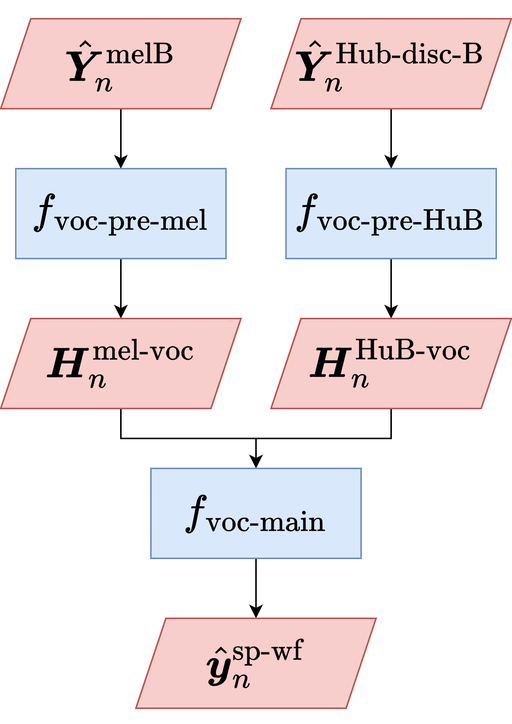
Earlier version of the draw.io export figure/sec4/model_2/vocoder.drawio.png (kyushusouth/master_thesis). Source tidied: cells renumbered, new cells last; positions are measured from the earlier drawing's top-left corner, leaving out a move shared by most shapes. Source of this version:
```xml
<mxGraphModel math="1">
  <root>
    <mxCell id="0" />
    <mxCell id="1" parent="0" />
    <mxCell id="2" style="edgeStyle=orthogonalEdgeStyle;rounded=0;jettySize=auto;html=1;exitX=0.5;exitY=1;exitDx=0;exitDy=0;entryX=0.5;entryY=0;entryDx=0;entryDy=0;" parent="1" edge="1" source="3" target="7">
      <mxGeometry relative="1" as="geometry" />
    </mxCell>
    <mxCell id="3" value="$$\hat{\boldsymbol{Y}}_{n}^{\text{melB}}$$" style="shape=parallelogram;perimeter=parallelogramPerimeter;whiteSpace=wrap;html=1;fixedSize=1;fontSize=24;fillColor=#f8cecc;strokeColor=#b85450;" parent="1" vertex="1">
      <mxGeometry width="160" height="60" as="geometry" />
    </mxCell>
    <mxCell id="4" style="edgeStyle=orthogonalEdgeStyle;rounded=0;jettySize=auto;html=1;" parent="1" edge="1" source="5" target="9">
      <mxGeometry relative="1" as="geometry" />
    </mxCell>
    <mxCell id="5" value="$$\hat{\boldsymbol{Y}}_{n}^{\text{Hub-disc-B}}$$" style="shape=parallelogram;perimeter=parallelogramPerimeter;whiteSpace=wrap;html=1;fixedSize=1;fontSize=24;fillColor=#f8cecc;strokeColor=#b85450;" parent="1" vertex="1">
      <mxGeometry x="180" width="160" height="60" as="geometry" />
    </mxCell>
    <mxCell id="6" style="edgeStyle=orthogonalEdgeStyle;rounded=0;jettySize=auto;html=1;" parent="1" edge="1" source="7" target="11">
      <mxGeometry relative="1" as="geometry" />
    </mxCell>
    <mxCell id="7" value="$$f_{\text{voc-pre-mel}}$$" style="rounded=0;whiteSpace=wrap;html=1;fontSize=24;fillColor=#dae8fc;strokeColor=#6c8ebf;" parent="1" vertex="1">
      <mxGeometry x="10" y="100" width="140" height="60" as="geometry" />
    </mxCell>
    <mxCell id="8" style="edgeStyle=orthogonalEdgeStyle;rounded=0;jettySize=auto;html=1;" parent="1" edge="1" source="9" target="13">
      <mxGeometry relative="1" as="geometry" />
    </mxCell>
    <mxCell id="9" value="$$f_{\text{voc-pre-HuB}}$$" style="rounded=0;whiteSpace=wrap;html=1;fontSize=24;fillColor=#dae8fc;strokeColor=#6c8ebf;" parent="1" vertex="1">
      <mxGeometry x="190" y="100" width="140" height="60" as="geometry" />
    </mxCell>
    <mxCell id="10" style="edgeStyle=orthogonalEdgeStyle;rounded=0;jettySize=auto;html=1;exitX=0.5;exitY=1;exitDx=0;exitDy=0;entryX=0.5;entryY=0;entryDx=0;entryDy=0;" parent="1" edge="1" source="11" target="15">
      <mxGeometry relative="1" as="geometry" />
    </mxCell>
    <mxCell id="11" value="$$\boldsymbol{H}_{n}^{\text{mel-voc}}$$" style="shape=parallelogram;perimeter=parallelogramPerimeter;whiteSpace=wrap;html=1;fixedSize=1;fontSize=24;fillColor=#f8cecc;strokeColor=#b85450;" parent="1" vertex="1">
      <mxGeometry y="200" width="160" height="60" as="geometry" />
    </mxCell>
    <mxCell id="12" style="edgeStyle=orthogonalEdgeStyle;rounded=0;jettySize=auto;html=1;exitX=0.5;exitY=1;exitDx=0;exitDy=0;entryX=0.5;entryY=0;entryDx=0;entryDy=0;" parent="1" edge="1" source="13" target="15">
      <mxGeometry relative="1" as="geometry" />
    </mxCell>
    <mxCell id="13" value="$$\boldsymbol{H}_{n}^{\text{HuB-voc}}$$" style="shape=parallelogram;perimeter=parallelogramPerimeter;whiteSpace=wrap;html=1;fixedSize=1;fontSize=24;fillColor=#f8cecc;strokeColor=#b85450;" parent="1" vertex="1">
      <mxGeometry x="180" y="200" width="160" height="60" as="geometry" />
    </mxCell>
    <mxCell id="14" style="edgeStyle=orthogonalEdgeStyle;rounded=0;jettySize=auto;html=1;" parent="1" edge="1" source="15" target="16">
      <mxGeometry relative="1" as="geometry" />
    </mxCell>
    <mxCell id="15" value="$$f_{\text{voc-main}}$$" style="rounded=0;whiteSpace=wrap;html=1;fontSize=24;fillColor=#dae8fc;strokeColor=#6c8ebf;" parent="1" vertex="1">
      <mxGeometry x="100" y="300" width="140" height="60" as="geometry" />
    </mxCell>
    <mxCell id="16" value="$$\hat{\boldsymbol{y}}_{n}^{\text{sp-wf}}$$" style="shape=parallelogram;perimeter=parallelogramPerimeter;whiteSpace=wrap;html=1;fixedSize=1;fontSize=24;fillColor=#f8cecc;strokeColor=#b85450;" parent="1" vertex="1">
      <mxGeometry x="90" y="400" width="160" height="60" as="geometry" />
    </mxCell>
  </root>
</mxGraphModel>
```
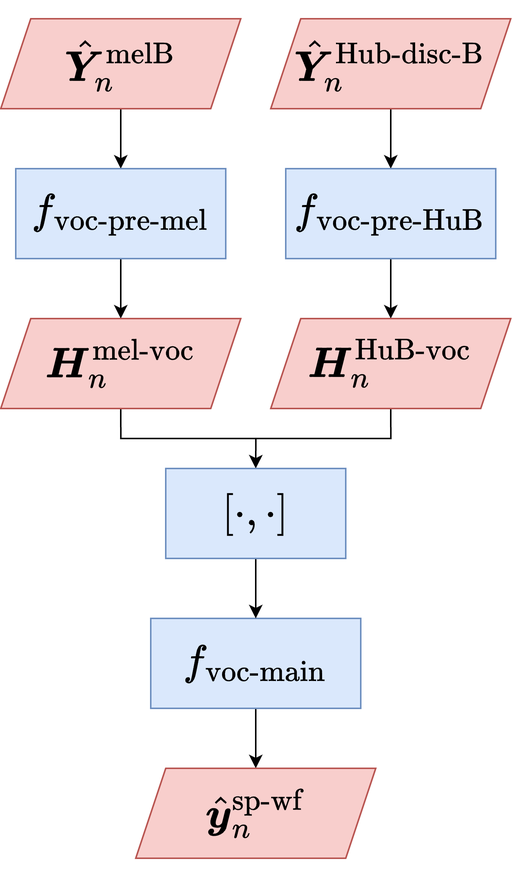
The same diagram one commit later.

What changed in the source:
```diff
@@ -26,13 +26,13 @@
     <mxCell id="9" value="$$f_{\text{voc-pre-HuB}}$$" style="rounded=0;whiteSpace=wrap;html=1;fontSize=24;fillColor=#dae8fc;strokeColor=#6c8ebf;" parent="1" vertex="1">
       <mxGeometry x="190" y="100" width="140" height="60" as="geometry" />
     </mxCell>
-    <mxCell id="10" style="edgeStyle=orthogonalEdgeStyle;rounded=0;jettySize=auto;html=1;exitX=0.5;exitY=1;exitDx=0;exitDy=0;entryX=0.5;entryY=0;entryDx=0;entryDy=0;" parent="1" edge="1" source="11" target="15">
+    <mxCell id="10" style="edgeStyle=orthogonalEdgeStyle;rounded=0;jettySize=auto;html=1;exitX=0.5;exitY=1;exitDx=0;exitDy=0;entryX=0.5;entryY=0;entryDx=0;entryDy=0;" parent="1" edge="1" source="11" target="18">
       <mxGeometry relative="1" as="geometry" />
     </mxCell>
     <mxCell id="11" value="$$\boldsymbol{H}_{n}^{\text{mel-voc}}$$" style="shape=parallelogram;perimeter=parallelogramPerimeter;whiteSpace=wrap;html=1;fixedSize=1;fontSize=24;fillColor=#f8cecc;strokeColor=#b85450;" parent="1" vertex="1">
       <mxGeometry y="200" width="160" height="60" as="geometry" />
     </mxCell>
-    <mxCell id="12" style="edgeStyle=orthogonalEdgeStyle;rounded=0;jettySize=auto;html=1;exitX=0.5;exitY=1;exitDx=0;exitDy=0;entryX=0.5;entryY=0;entryDx=0;entryDy=0;" parent="1" edge="1" source="13" target="15">
+    <mxCell id="12" style="edgeStyle=orthogonalEdgeStyle;rounded=0;jettySize=auto;html=1;exitX=0.5;exitY=1;exitDx=0;exitDy=0;entryX=0.5;entryY=0;entryDx=0;entryDy=0;" parent="1" edge="1" source="13" target="18">
       <mxGeometry relative="1" as="geometry" />
     </mxCell>
     <mxCell id="13" value="$$\boldsymbol{H}_{n}^{\text{HuB-voc}}$$" style="shape=parallelogram;perimeter=parallelogramPerimeter;whiteSpace=wrap;html=1;fixedSize=1;fontSize=24;fillColor=#f8cecc;strokeColor=#b85450;" parent="1" vertex="1">
@@ -42,10 +42,16 @@
       <mxGeometry relative="1" as="geometry" />
     </mxCell>
     <mxCell id="15" value="$$f_{\text{voc-main}}$$" style="rounded=0;whiteSpace=wrap;html=1;fontSize=24;fillColor=#dae8fc;strokeColor=#6c8ebf;" parent="1" vertex="1">
-      <mxGeometry x="100" y="300" width="140" height="60" as="geometry" />
+      <mxGeometry x="100" y="400" width="140" height="60" as="geometry" />
     </mxCell>
     <mxCell id="16" value="$$\hat{\boldsymbol{y}}_{n}^{\text{sp-wf}}$$" style="shape=parallelogram;perimeter=parallelogramPerimeter;whiteSpace=wrap;html=1;fixedSize=1;fontSize=24;fillColor=#f8cecc;strokeColor=#b85450;" parent="1" vertex="1">
-      <mxGeometry x="90" y="400" width="160" height="60" as="geometry" />
+      <mxGeometry x="90" y="500" width="160" height="60" as="geometry" />
     </mxCell>
+    <mxCell id="17" style="edgeStyle=orthogonalEdgeStyle;rounded=0;jettySize=auto;html=1;exitX=0.5;exitY=1;exitDx=0;exitDy=0;entryX=0.5;entryY=0;entryDx=0;entryDy=0;" parent="1" edge="1" source="18" target="15">
+      <mxGeometry relative="1" as="geometry" />
+    </mxCell>
+    <mxCell id="18" value="$$[\cdot, \cdot]$$" style="rounded=0;whiteSpace=wrap;html=1;fontSize=24;fillColor=#dae8fc;strokeColor=#6c8ebf;" parent="1" vertex="1">
+      <mxGeometry x="110" y="300" width="120" height="60" as="geometry" />
+    </mxCell>
   </root>
 </mxGraphModel>
```
